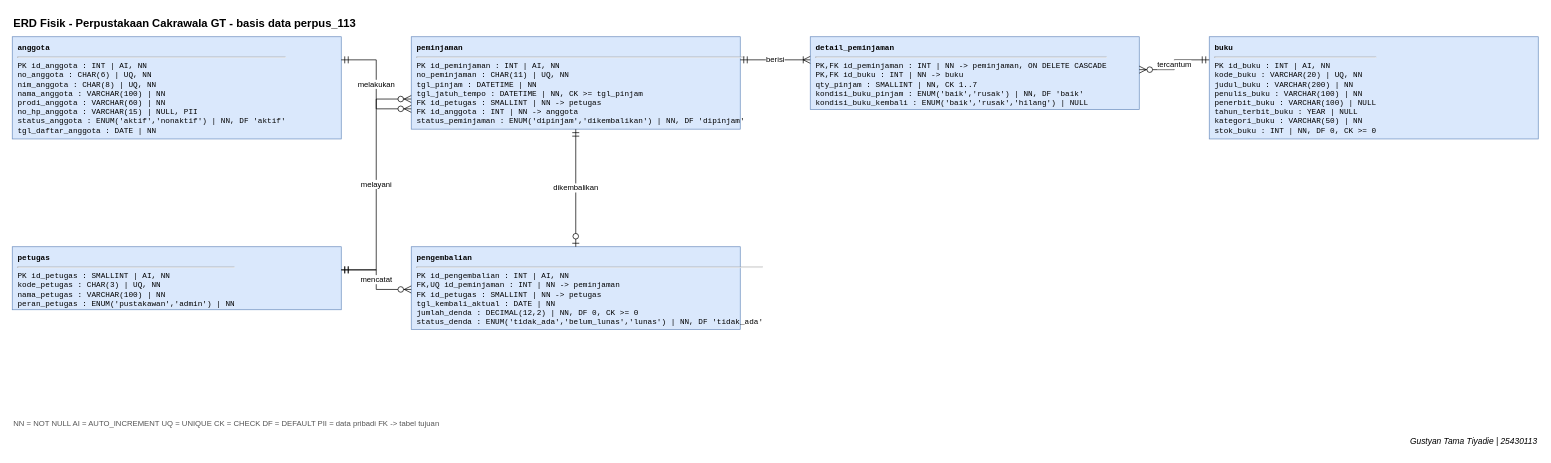
Earlier version of the draw.io diagram p05_erd_fisik_25430113.drawio (gustyantamatiyadie837-tech/basisdata-25430113). Source tidied: cells renumbered, new cells numbered last; positions are measured from the earlier drawing's top-left corner, leaving out a move shared by most shapes. Both pictures are drawn from the tidied source at 70%, with x=0, y=0 at pixel (12, 12).
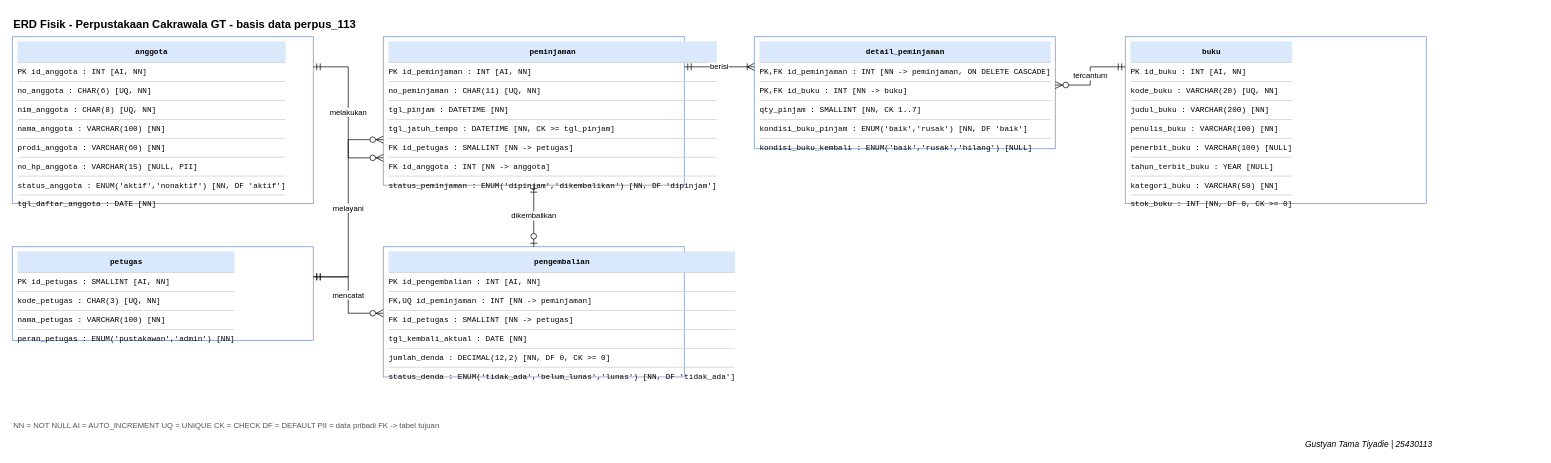
Above is the later version.

Commit message:
p05 : ddl proyek

Diff of the diagram source:
```diff
@@
 <mxGraphModel>
   <root>
     <mxCell id="0" />
     <mxCell id="1" parent="0" />
-    <mxCell id="2" value="&lt;b&gt;anggota&lt;/b&gt;&lt;hr&gt;PK id_anggota : INT | AI, NN&lt;br&gt;no_anggota : CHAR(6) | UQ, NN&lt;br&gt;nim_anggota : CHAR(8) | UQ, NN&lt;br&gt;nama_anggota : VARCHAR(100) | NN&lt;br&gt;prodi_anggota : VARCHAR(60) | NN&lt;br&gt;no_hp_anggota : VARCHAR(15) | NULL, PII&lt;br&gt;status_anggota : ENUM('aktif','nonaktif') | NN, DF 'aktif'&lt;br&gt;tgl_daftar_anggota : DATE | NN" style="html=1;whiteSpace=nowrap;align=left;verticalAlign=top;spacingLeft=6;spacingTop=3;fontFamily=Courier New;fontSize=11;fillColor=#dae8fc;strokeColor=#6c8ebf;" parent="1" vertex="1">
-      <mxGeometry y="35" width="470" height="146" as="geometry" />
+    <mxCell id="2" value="&lt;div style='text-align:center;font-weight:bold;height:30px;line-height:30px;background:#dae8fc'&gt;anggota&lt;/div&gt;&lt;div style='height:26px;line-height:26px;border-top:1px solid #ccc'&gt;PK id_anggota : INT [AI, NN]&lt;/div&gt;&lt;div style='height:26px;line-height:26px;border-top:1px solid #ccc'&gt;no_anggota : CHAR(6) [UQ, NN]&lt;/div&gt;&lt;div style='height:26px;line-height:26px;border-top:1px solid #ccc'&gt;nim_anggota : CHAR(8) [UQ, NN]&lt;/div&gt;&lt;div style='height:26px;line-height:26px;border-top:1px solid #ccc'&gt;nama_anggota : VARCHAR(100) [NN]&lt;/div&gt;&lt;div style='height:26px;line-height:26px;border-top:1px solid #ccc'&gt;prodi_anggota : VARCHAR(60) [NN]&lt;/div&gt;&lt;div style='height:26px;line-height:26px;border-top:1px solid #ccc'&gt;no_hp_anggota : VARCHAR(15) [NULL, PII]&lt;/div&gt;&lt;div style='height:26px;line-height:26px;border-top:1px solid #ccc'&gt;status_anggota : ENUM('aktif','nonaktif') [NN, DF 'aktif']&lt;/div&gt;&lt;div style='height:26px;line-height:26px;border-top:1px solid #ccc'&gt;tgl_daftar_anggota : DATE [NN]&lt;/div&gt;" style="rounded=0;html=1;whiteSpace=nowrap;align=left;verticalAlign=top;spacingLeft=6;fontFamily=Courier New;fontSize=11;fillColor=#ffffff;strokeColor=#6c8ebf;" parent="1" vertex="1">
+      <mxGeometry y="35" width="430" height="238" as="geometry" />
     </mxCell>
-    <mxCell id="3" value="&lt;b&gt;petugas&lt;/b&gt;&lt;hr&gt;PK id_petugas : SMALLINT | AI, NN&lt;br&gt;kode_petugas : CHAR(3) | UQ, NN&lt;br&gt;nama_petugas : VARCHAR(100) | NN&lt;br&gt;peran_petugas : ENUM('pustakawan','admin') | NN" style="html=1;whiteSpace=nowrap;align=left;verticalAlign=top;spacingLeft=6;spacingTop=3;fontFamily=Courier New;fontSize=11;fillColor=#dae8fc;strokeColor=#6c8ebf;" parent="1" vertex="1">
-      <mxGeometry y="335" width="470" height="90" as="geometry" />
+    <mxCell id="3" value="&lt;div style='text-align:center;font-weight:bold;height:30px;line-height:30px;background:#dae8fc'&gt;petugas&lt;/div&gt;&lt;div style='height:26px;line-height:26px;border-top:1px solid #ccc'&gt;PK id_petugas : SMALLINT [AI, NN]&lt;/div&gt;&lt;div style='height:26px;line-height:26px;border-top:1px solid #ccc'&gt;kode_petugas : CHAR(3) [UQ, NN]&lt;/div&gt;&lt;div style='height:26px;line-height:26px;border-top:1px solid #ccc'&gt;nama_petugas : VARCHAR(100) [NN]&lt;/div&gt;&lt;div style='height:26px;line-height:26px;border-top:1px solid #ccc'&gt;peran_petugas : ENUM('pustakawan','admin') [NN]&lt;/div&gt;" style="rounded=0;html=1;whiteSpace=nowrap;align=left;verticalAlign=top;spacingLeft=6;fontFamily=Courier New;fontSize=11;fillColor=#ffffff;strokeColor=#6c8ebf;" parent="1" vertex="1">
+      <mxGeometry y="335" width="430" height="134" as="geometry" />
     </mxCell>
-    <mxCell id="4" value="&lt;b&gt;peminjaman&lt;/b&gt;&lt;hr&gt;PK id_peminjaman : INT | AI, NN&lt;br&gt;no_peminjaman : CHAR(11) | UQ, NN&lt;br&gt;tgl_pinjam : DATETIME | NN&lt;br&gt;tgl_jatuh_tempo : DATETIME | NN, CK &gt;= tgl_pinjam&lt;br&gt;FK id_petugas : SMALLINT | NN -&gt; petugas&lt;br&gt;FK id_anggota : INT | NN -&gt; anggota&lt;br&gt;status_peminjaman : ENUM('dipinjam','dikembalikan') | NN, DF 'dipinjam'" style="html=1;whiteSpace=nowrap;align=left;verticalAlign=top;spacingLeft=6;spacingTop=3;fontFamily=Courier New;fontSize=11;fillColor=#dae8fc;strokeColor=#6c8ebf;" parent="1" vertex="1">
-      <mxGeometry x="570" y="35" width="470" height="132" as="geometry" />
+    <mxCell id="4" value="&lt;div style='text-align:center;font-weight:bold;height:30px;line-height:30px;background:#dae8fc'&gt;peminjaman&lt;/div&gt;&lt;div style='height:26px;line-height:26px;border-top:1px solid #ccc'&gt;PK id_peminjaman : INT [AI, NN]&lt;/div&gt;&lt;div style='height:26px;line-height:26px;border-top:1px solid #ccc'&gt;no_peminjaman : CHAR(11) [UQ, NN]&lt;/div&gt;&lt;div style='height:26px;line-height:26px;border-top:1px solid #ccc'&gt;tgl_pinjam : DATETIME [NN]&lt;/div&gt;&lt;div style='height:26px;line-height:26px;border-top:1px solid #ccc'&gt;tgl_jatuh_tempo : DATETIME [NN, CK &amp;gt;= tgl_pinjam]&lt;/div&gt;&lt;div style='height:26px;line-height:26px;border-top:1px solid #ccc'&gt;FK id_petugas : SMALLINT [NN -&amp;gt; petugas]&lt;/div&gt;&lt;div style='height:26px;line-height:26px;border-top:1px solid #ccc'&gt;FK id_anggota : INT [NN -&amp;gt; anggota]&lt;/div&gt;&lt;div style='height:26px;line-height:26px;border-top:1px solid #ccc'&gt;status_peminjaman : ENUM('dipinjam','dikembalikan') [NN, DF 'dipinjam']&lt;/div&gt;" style="rounded=0;html=1;whiteSpace=nowrap;align=left;verticalAlign=top;spacingLeft=6;fontFamily=Courier New;fontSize=11;fillColor=#ffffff;strokeColor=#6c8ebf;" parent="1" vertex="1">
+      <mxGeometry x="530" y="35" width="430" height="212" as="geometry" />
     </mxCell>
-    <mxCell id="5" value="&lt;b&gt;pengembalian&lt;/b&gt;&lt;hr&gt;PK id_pengembalian : INT | AI, NN&lt;br&gt;FK,UQ id_peminjaman : INT | NN -&gt; peminjaman&lt;br&gt;FK id_petugas : SMALLINT | NN -&gt; petugas&lt;br&gt;tgl_kembali_aktual : DATE | NN&lt;br&gt;jumlah_denda : DECIMAL(12,2) | NN, DF 0, CK &gt;= 0&lt;br&gt;status_denda : ENUM('tidak_ada','belum_lunas','lunas') | NN, DF 'tidak_ada'" style="html=1;whiteSpace=nowrap;align=left;verticalAlign=top;spacingLeft=6;spacingTop=3;fontFamily=Courier New;fontSize=11;fillColor=#dae8fc;strokeColor=#6c8ebf;" parent="1" vertex="1">
-      <mxGeometry x="570" y="335" width="470" height="118" as="geometry" />
+    <mxCell id="5" value="&lt;div style='text-align:center;font-weight:bold;height:30px;line-height:30px;background:#dae8fc'&gt;pengembalian&lt;/div&gt;&lt;div style='height:26px;line-height:26px;border-top:1px solid #ccc'&gt;PK id_pengembalian : INT [AI, NN]&lt;/div&gt;&lt;div style='height:26px;line-height:26px;border-top:1px solid #ccc'&gt;FK,UQ id_peminjaman : INT [NN -&amp;gt; peminjaman]&lt;/div&gt;&lt;div style='height:26px;line-height:26px;border-top:1px solid #ccc'&gt;FK id_petugas : SMALLINT [NN -&amp;gt; petugas]&lt;/div&gt;&lt;div style='height:26px;line-height:26px;border-top:1px solid #ccc'&gt;tgl_kembali_aktual : DATE [NN]&lt;/div&gt;&lt;div style='height:26px;line-height:26px;border-top:1px solid #ccc'&gt;jumlah_denda : DECIMAL(12,2) [NN, DF 0, CK &amp;gt;= 0]&lt;/div&gt;&lt;div style='height:26px;line-height:26px;border-top:1px solid #ccc'&gt;status_denda : ENUM('tidak_ada','belum_lunas','lunas') [NN, DF 'tidak_ada']&lt;/div&gt;" style="rounded=0;html=1;whiteSpace=nowrap;align=left;verticalAlign=top;spacingLeft=6;fontFamily=Courier New;fontSize=11;fillColor=#ffffff;strokeColor=#6c8ebf;" parent="1" vertex="1">
+      <mxGeometry x="530" y="335" width="430" height="186" as="geometry" />
     </mxCell>
-    <mxCell id="6" value="&lt;b&gt;detail_peminjaman&lt;/b&gt;&lt;hr&gt;PK,FK id_peminjaman : INT | NN -&gt; peminjaman, ON DELETE CASCADE&lt;br&gt;PK,FK id_buku : INT | NN -&gt; buku&lt;br&gt;qty_pinjam : SMALLINT | NN, CK 1..7&lt;br&gt;kondisi_buku_pinjam : ENUM('baik','rusak') | NN, DF 'baik'&lt;br&gt;kondisi_buku_kembali : ENUM('baik','rusak','hilang') | NULL" style="html=1;whiteSpace=nowrap;align=left;verticalAlign=top;spacingLeft=6;spacingTop=3;fontFamily=Courier New;fontSize=11;fillColor=#dae8fc;strokeColor=#6c8ebf;" parent="1" vertex="1">
-      <mxGeometry x="1140" y="35" width="470" height="104" as="geometry" />
+    <mxCell id="6" value="&lt;div style='text-align:center;font-weight:bold;height:30px;line-height:30px;background:#dae8fc'&gt;detail_peminjaman&lt;/div&gt;&lt;div style='height:26px;line-height:26px;border-top:1px solid #ccc'&gt;PK,FK id_peminjaman : INT [NN -&amp;gt; peminjaman, ON DELETE CASCADE]&lt;/div&gt;&lt;div style='height:26px;line-height:26px;border-top:1px solid #ccc'&gt;PK,FK id_buku : INT [NN -&amp;gt; buku]&lt;/div&gt;&lt;div style='height:26px;line-height:26px;border-top:1px solid #ccc'&gt;qty_pinjam : SMALLINT [NN, CK 1..7]&lt;/div&gt;&lt;div style='height:26px;line-height:26px;border-top:1px solid #ccc'&gt;kondisi_buku_pinjam : ENUM('baik','rusak') [NN, DF 'baik']&lt;/div&gt;&lt;div style='height:26px;line-height:26px;border-top:1px solid #ccc'&gt;kondisi_buku_kembali : ENUM('baik','rusak','hilang') [NULL]&lt;/div&gt;" style="rounded=0;html=1;whiteSpace=nowrap;align=left;verticalAlign=top;spacingLeft=6;fontFamily=Courier New;fontSize=11;fillColor=#ffffff;strokeColor=#6c8ebf;" parent="1" vertex="1">
+      <mxGeometry x="1060" y="35" width="430" height="160" as="geometry" />
     </mxCell>
-    <mxCell id="7" value="&lt;b&gt;buku&lt;/b&gt;&lt;hr&gt;PK id_buku : INT | AI, NN&lt;br&gt;kode_buku : VARCHAR(20) | UQ, NN&lt;br&gt;judul_buku : VARCHAR(200) | NN&lt;br&gt;penulis_buku : VARCHAR(100) | NN&lt;br&gt;penerbit_buku : VARCHAR(100) | NULL&lt;br&gt;tahun_terbit_buku : YEAR | NULL&lt;br&gt;kategori_buku : VARCHAR(50) | NN&lt;br&gt;stok_buku : INT | NN, DF 0, CK &gt;= 0" style="html=1;whiteSpace=nowrap;align=left;verticalAlign=top;spacingLeft=6;spacingTop=3;fontFamily=Courier New;fontSize=11;fillColor=#dae8fc;strokeColor=#6c8ebf;" parent="1" vertex="1">
-      <mxGeometry x="1710" y="35" width="470" height="146" as="geometry" />
+    <mxCell id="7" value="&lt;div style='text-align:center;font-weight:bold;height:30px;line-height:30px;background:#dae8fc'&gt;buku&lt;/div&gt;&lt;div style='height:26px;line-height:26px;border-top:1px solid #ccc'&gt;PK id_buku : INT [AI, NN]&lt;/div&gt;&lt;div style='height:26px;line-height:26px;border-top:1px solid #ccc'&gt;kode_buku : VARCHAR(20) [UQ, NN]&lt;/div&gt;&lt;div style='height:26px;line-height:26px;border-top:1px solid #ccc'&gt;judul_buku : VARCHAR(200) [NN]&lt;/div&gt;&lt;div style='height:26px;line-height:26px;border-top:1px solid #ccc'&gt;penulis_buku : VARCHAR(100) [NN]&lt;/div&gt;&lt;div style='height:26px;line-height:26px;border-top:1px solid #ccc'&gt;penerbit_buku : VARCHAR(100) [NULL]&lt;/div&gt;&lt;div style='height:26px;line-height:26px;border-top:1px solid #ccc'&gt;tahun_terbit_buku : YEAR [NULL]&lt;/div&gt;&lt;div style='height:26px;line-height:26px;border-top:1px solid #ccc'&gt;kategori_buku : VARCHAR(50) [NN]&lt;/div&gt;&lt;div style='height:26px;line-height:26px;border-top:1px solid #ccc'&gt;stok_buku : INT [NN, DF 0, CK &amp;gt;= 0]&lt;/div&gt;" style="rounded=0;html=1;whiteSpace=nowrap;align=left;verticalAlign=top;spacingLeft=6;fontFamily=Courier New;fontSize=11;fillColor=#ffffff;strokeColor=#6c8ebf;" parent="1" vertex="1">
+      <mxGeometry x="1590" y="35" width="430" height="238" as="geometry" />
     </mxCell>
     <mxCell id="8" value="ERD Fisik - Perpustakaan Cakrawala GT - basis data perpus_113" style="text;html=1;align=left;fontStyle=1;fontSize=16;" parent="1" vertex="1">
-      <mxGeometry width="1400" height="28" as="geometry" />
+      <mxGeometry y="1" width="1300" height="24" as="geometry" />
     </mxCell>
     <mxCell id="9" value="NN = NOT NULL   AI = AUTO_INCREMENT   UQ = UNIQUE   CK = CHECK   DF = DEFAULT   PII = data pribadi   FK -&gt; tabel tujuan" style="text;html=1;align=left;fontSize=11;fontColor=#555555;" parent="1" vertex="1">
-      <mxGeometry y="575" width="1700" height="22" as="geometry" />
+      <mxGeometry y="577" width="1600" height="24" as="geometry" />
     </mxCell>
     <mxCell id="10" value="Gustyan Tama Tiyadie | 25430113" style="text;html=1;align=right;fontSize=12;fontStyle=2;" parent="1" vertex="1">
-      <mxGeometry x="1750" y="599" width="430" height="22" as="geometry" />
+      <mxGeometry x="1630" y="603" width="400" height="24" as="geometry" />
     </mxCell>
-    <mxCell id="11" value="melakukan" style="edgeStyle=orthogonalEdgeStyle;rounded=0;html=1;startArrow=ERmandOne;startSize=8;endArrow=ERzeroToMany;endSize=8;exitX=1;exitY=0.226;exitDx=0;exitDy=0;entryX=0;entryY=0.78;entryDx=0;entryDy=0;" parent="1" edge="1" source="2" target="4">
+    <mxCell id="11" value="melakukan" style="edgeStyle=orthogonalEdgeStyle;rounded=0;html=1;startArrow=ERmandOne;startSize=8;endArrow=ERzeroToMany;endSize=8;exitX=1;exitY=0.1807;entryX=0;entryY=0.816;" parent="1" edge="1" source="2" target="4">
       <mxGeometry relative="1" as="geometry" />
     </mxCell>
-    <mxCell id="12" value="melayani" style="edgeStyle=orthogonalEdgeStyle;rounded=0;html=1;startArrow=ERmandOne;startSize=8;endArrow=ERzeroToMany;endSize=8;exitX=1;exitY=0.367;exitDx=0;exitDy=0;entryX=0;entryY=0.674;entryDx=0;entryDy=0;" parent="1" edge="1" source="3" target="4">
+    <mxCell id="12" value="melayani" style="edgeStyle=orthogonalEdgeStyle;rounded=0;html=1;startArrow=ERmandOne;startSize=8;endArrow=ERzeroToMany;endSize=8;exitX=1;exitY=0.3209;entryX=0;entryY=0.6934;" parent="1" edge="1" source="3" target="4">
       <mxGeometry relative="1" as="geometry" />
     </mxCell>
-    <mxCell id="13" value="berisi" style="edgeStyle=orthogonalEdgeStyle;rounded=0;html=1;startArrow=ERmandOne;startSize=8;endArrow=ERoneToMany;endSize=8;exitX=1;exitY=0.25;exitDx=0;exitDy=0;entryX=0;entryY=0.317;entryDx=0;entryDy=0;" parent="1" edge="1" source="4" target="6">
+    <mxCell id="13" value="berisi" style="edgeStyle=orthogonalEdgeStyle;rounded=0;html=1;startArrow=ERmandOne;startSize=8;endArrow=ERoneToMany;endSize=8;exitX=1;exitY=0.2028;entryX=0;entryY=0.2687;" parent="1" edge="1" source="4" target="6">
       <mxGeometry relative="1" as="geometry" />
     </mxCell>
-    <mxCell id="14" value="tercantum" style="edgeStyle=orthogonalEdgeStyle;rounded=0;html=1;startArrow=ERmandOne;startSize=8;endArrow=ERzeroToMany;endSize=8;exitX=0;exitY=0.226;exitDx=0;exitDy=0;entryX=1;entryY=0.452;entryDx=0;entryDy=0;" parent="1" edge="1" source="7" target="6">
+    <mxCell id="14" value="tercantum" style="edgeStyle=orthogonalEdgeStyle;rounded=0;html=1;startArrow=ERmandOne;startSize=8;endArrow=ERzeroToMany;endSize=8;exitX=0;exitY=0.1807;entryX=1;entryY=0.4313;" parent="1" edge="1" source="7" target="6">
       <mxGeometry relative="1" as="geometry" />
     </mxCell>
-    <mxCell id="15" value="dikembalikan" style="edgeStyle=orthogonalEdgeStyle;rounded=0;html=1;startArrow=ERmandOne;startSize=8;endArrow=ERzeroToOne;endSize=8;exitX=0.5;exitY=1;exitDx=0;exitDy=0;entryX=0.5;entryY=0;entryDx=0;entryDy=0;" parent="1" edge="1" source="4" target="5">
+    <mxCell id="15" value="dikembalikan" style="edgeStyle=orthogonalEdgeStyle;rounded=0;html=1;startArrow=ERmandOne;startSize=8;endArrow=ERzeroToOne;endSize=8;exitX=0.5;exitY=1;entryX=0.5;entryY=0;" parent="1" edge="1" source="4" target="5">
       <mxGeometry relative="1" as="geometry" />
     </mxCell>
-    <mxCell id="16" value="mencatat" style="edgeStyle=orthogonalEdgeStyle;rounded=0;html=1;startArrow=ERmandOne;startSize=8;endArrow=ERzeroToMany;endSize=8;exitX=1;exitY=0.367;exitDx=0;exitDy=0;entryX=0;entryY=0.517;entryDx=0;entryDy=0;" parent="1" edge="1" source="3" target="5">
+    <mxCell id="16" value="mencatat" style="edgeStyle=orthogonalEdgeStyle;rounded=0;html=1;startArrow=ERmandOne;startSize=8;endArrow=ERzeroToMany;endSize=8;exitX=1;exitY=0.3209;entryX=0;entryY=0.5108;" parent="1" edge="1" source="3" target="5">
       <mxGeometry relative="1" as="geometry" />
     </mxCell>
   </root>
 </mxGraphModel>
```
